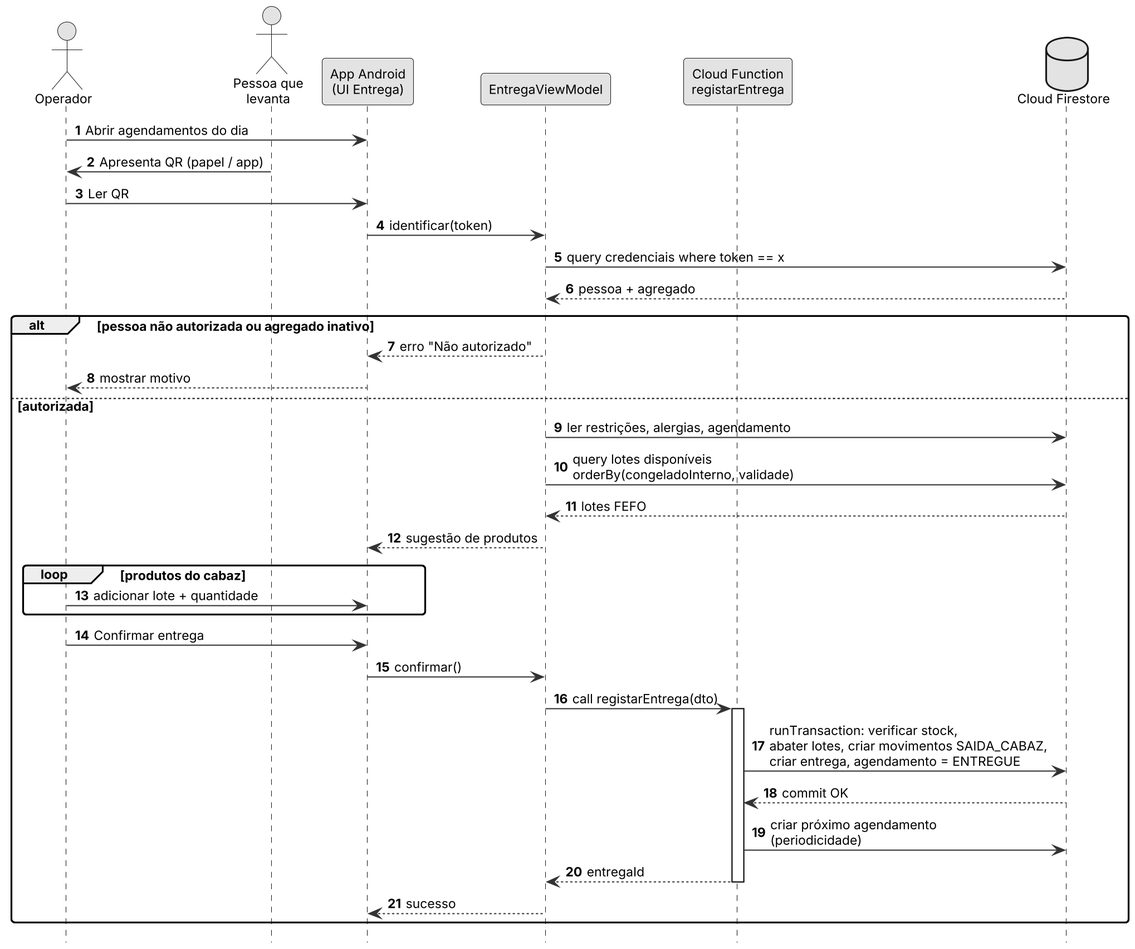
Earlier version of the PlantUML export Docs/diagramas/sq_entrega.png (Miguel31028/GASC).
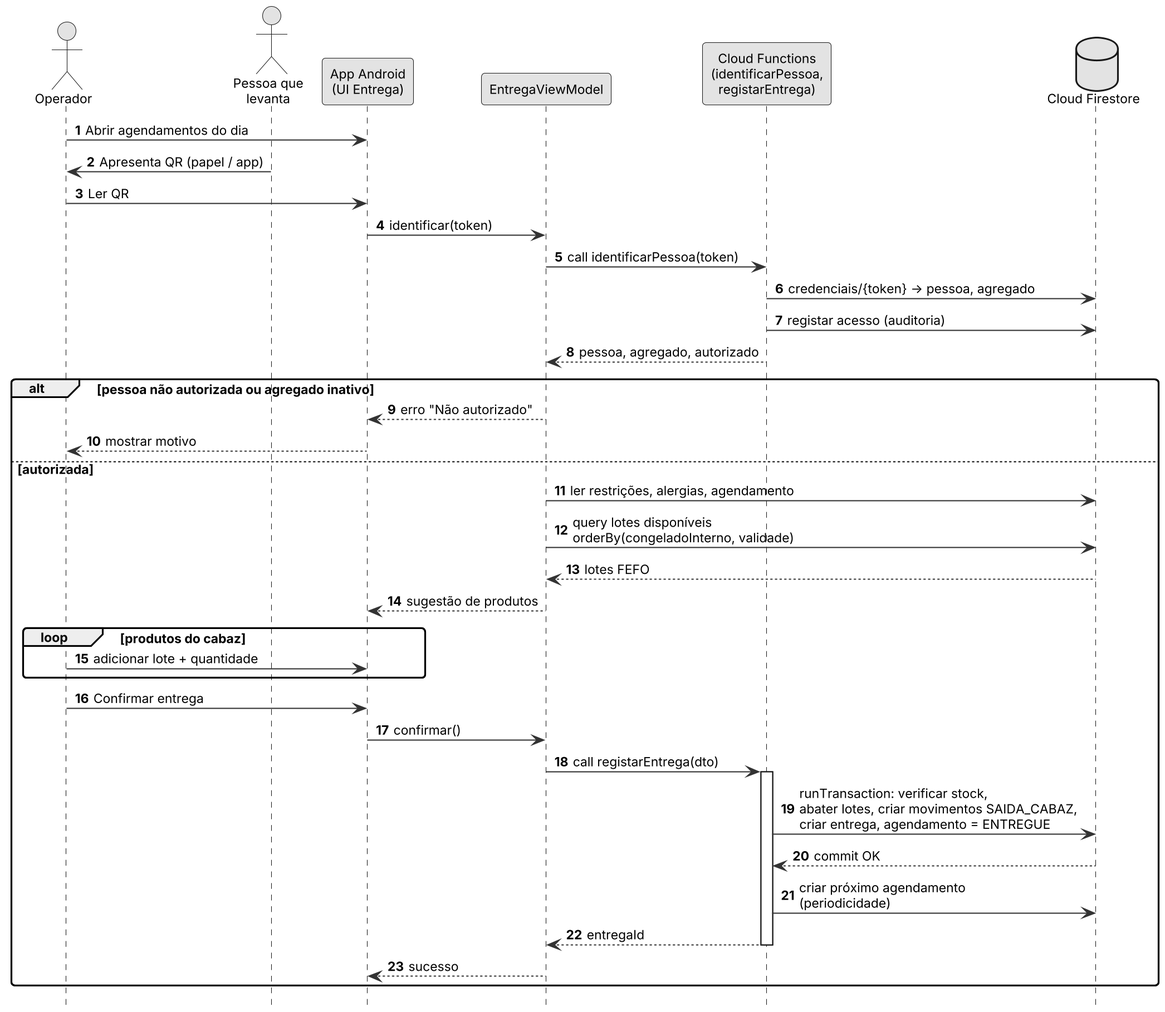
After the change.

Change to the diagram source:
```diff
@@ -5,15 +5,17 @@
 actor "Pessoa que\nlevanta" as PL
 participant "App Android\n(UI Entrega)" as UI
 participant "EntregaViewModel" as VM
-participant "Cloud Function\nregistarEntrega" as CF
+participant "Cloud Functions\n(identificarPessoa,\nregistarEntrega)" as CF
 database "Cloud Firestore" as FS
 
 OP -> UI : Abrir agendamentos do dia
 PL -> OP : Apresenta QR (papel / app)
 OP -> UI : Ler QR
 UI -> VM : identificar(token)
-VM -> FS : query credenciais where token == x
-FS --> VM : pessoa + agregado
+VM -> CF : call identificarPessoa(token)
+CF -> FS : credenciais/{token} → pessoa, agregado
+CF -> FS : registar acesso (auditoria)
+CF --> VM : pessoa, agregado, autorizado
 alt pessoa não autorizada ou agregado inativo
   VM --> UI : erro "Não autorizado"
   UI --> OP : mostrar motivo
```
